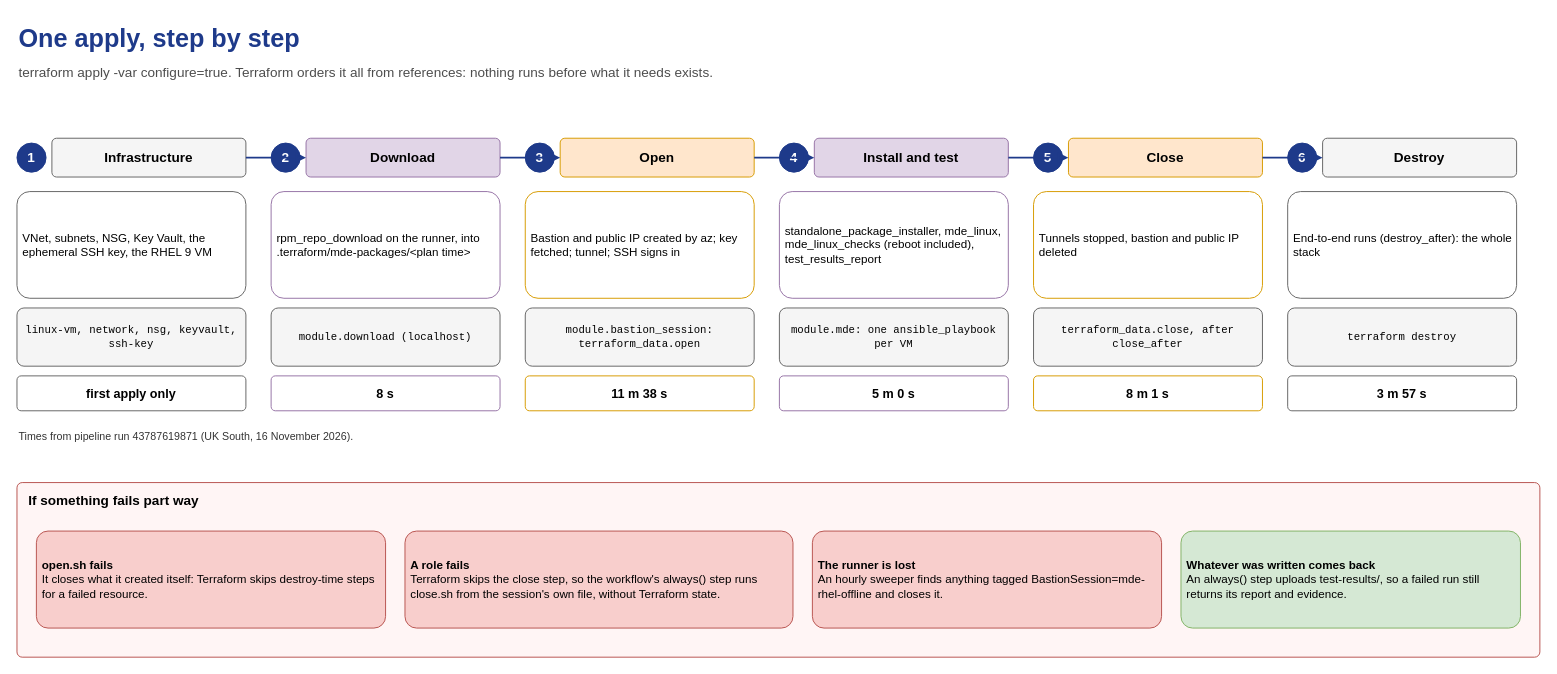
Before: page "One apply, step by step" (3 of 3) of docs/diagrams/mde-release-testing.drawio in libre-devops/azure-orchestration, a draw.io diagram. Source tidied: cells renumbered, new cells numbered last; positions are measured from the earlier drawing's top-left corner, leaving out a move shared by most shapes. Both pictures are drawn from the tidied source at 97%, with x=0, y=0 at pixel (16, 16).
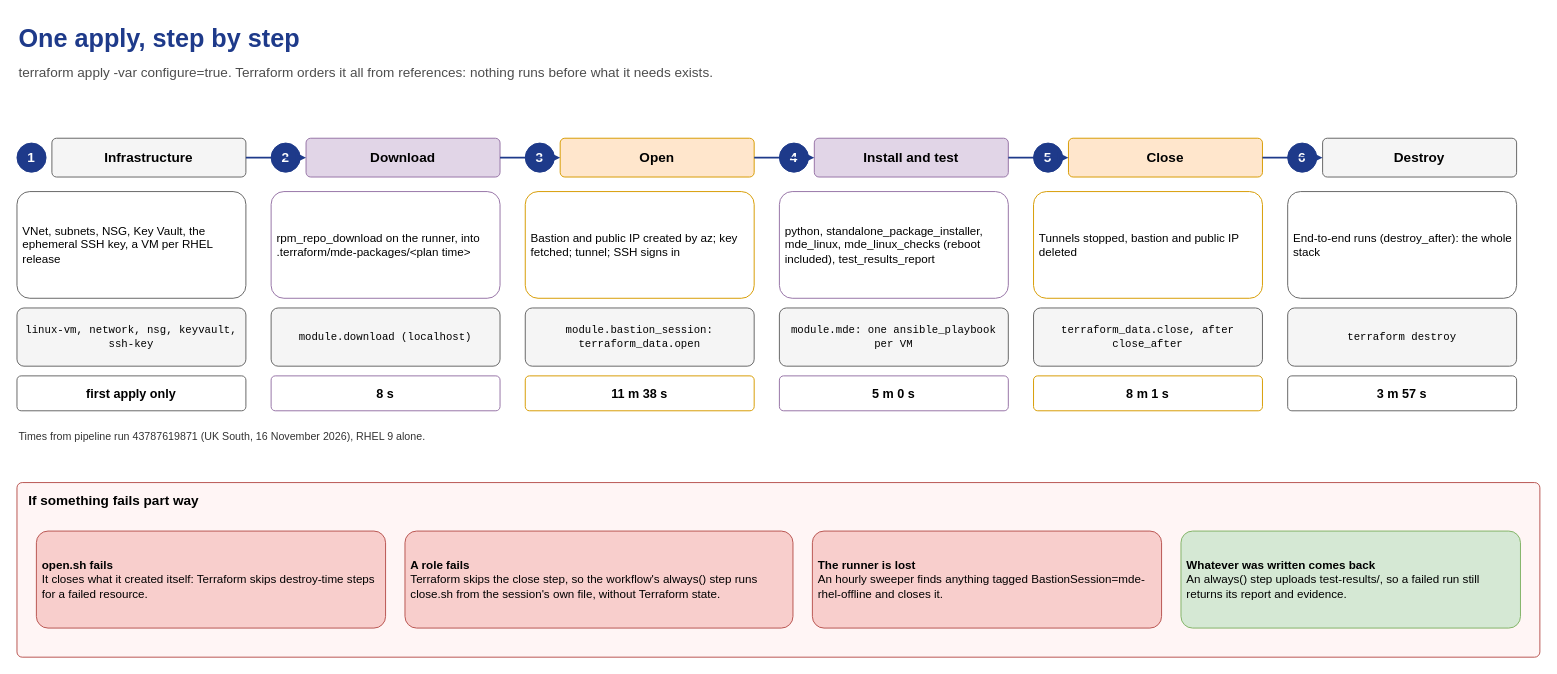
Above is the later version.

Commit message (it also covers changes not shown here):
Test MDE on RHEL 7, 8 and 9 in the offline stack

What changed in the source:
```diff
@@
-    <mxCell id="6" value="VNet, subnets, NSG, Key Vault, the ephemeral SSH key, the RHEL 9 VM" style="rounded=1;whiteSpace=wrap;html=1;fillColor=#FFFFFF;strokeColor=#666666;fontSize=12;align=left;verticalAlign=middle;spacing=6;arcSize=12;" parent="1" vertex="1">
+    <mxCell id="6" value="VNet, subnets, NSG, Key Vault, the ephemeral SSH key, a VM per RHEL release" style="rounded=1;whiteSpace=wrap;html=1;fillColor=#FFFFFF;strokeColor=#666666;fontSize=12;align=left;verticalAlign=middle;spacing=6;arcSize=12;" parent="1" vertex="1">
       <mxGeometry y="180" width="236" height="110" as="geometry" />
     </mxCell>
@@
-    <mxCell id="23" value="standalone_package_installer, mde_linux, mde_linux_checks (reboot included), test_results_report" style="rounded=1;whiteSpace=wrap;html=1;fillColor=#FFFFFF;strokeColor=#9673a6;fontSize=12;align=left;verticalAlign=middle;spacing=6;arcSize=12;" parent="1" vertex="1">
+    <mxCell id="23" value="python, standalone_package_installer, mde_linux, mde_linux_checks (reboot included), test_results_report" style="rounded=1;whiteSpace=wrap;html=1;fillColor=#FFFFFF;strokeColor=#9673a6;fontSize=12;align=left;verticalAlign=middle;spacing=6;arcSize=12;" parent="1" vertex="1">
       <mxGeometry x="786" y="180" width="236" height="110" as="geometry" />
     </mxCell>
@@
-    <mxCell id="39" value="Times from pipeline run 43787619871 (UK South, 16 November 2026)." style="text;html=1;whiteSpace=wrap;align=left;verticalAlign=top;fontSize=11;fontColor=#333333;" parent="1" vertex="1">
+    <mxCell id="39" value="Times from pipeline run 43787619871 (UK South, 16 November 2026), RHEL 9 alone." style="text;html=1;whiteSpace=wrap;align=left;verticalAlign=top;fontSize=11;fontColor=#333333;" parent="1" vertex="1">
       <mxGeometry y="420" width="600" height="30" as="geometry" />
     </mxCell>
```
